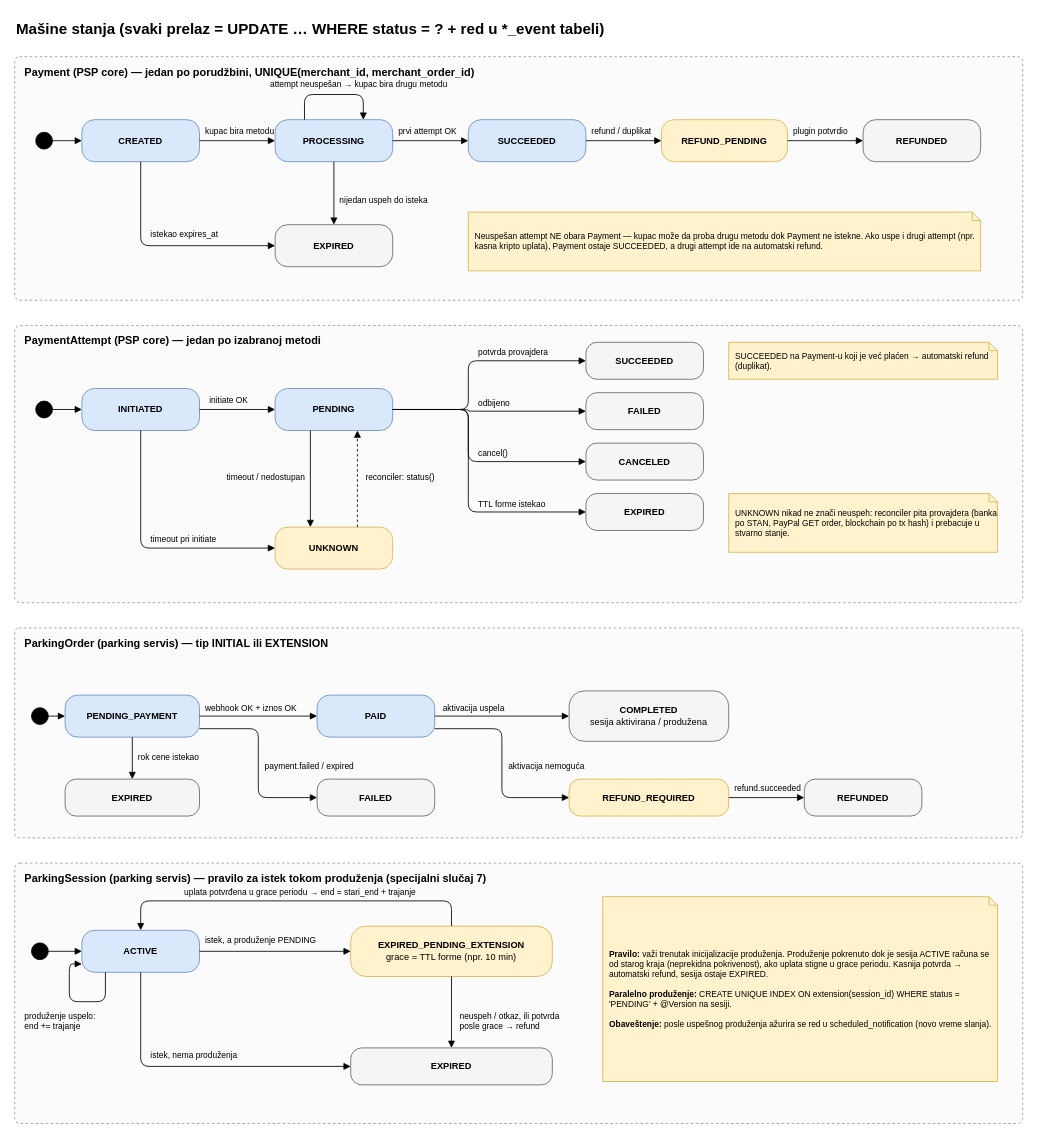
simin161/SEP_projekat keeps this draw.io diagram as page "3. Mašine stanja" (3 of 4) of SEP_dizajn_sistema.drawio. Above is the earlier version. Source tidied: cells renumbered, new cells numbered last; positions are measured from the earlier drawing's top-left corner, leaving out a move shared by most shapes. Both pictures are drawn from the tidied source at 84%, with x=0, y=0 at pixel (14, 14).
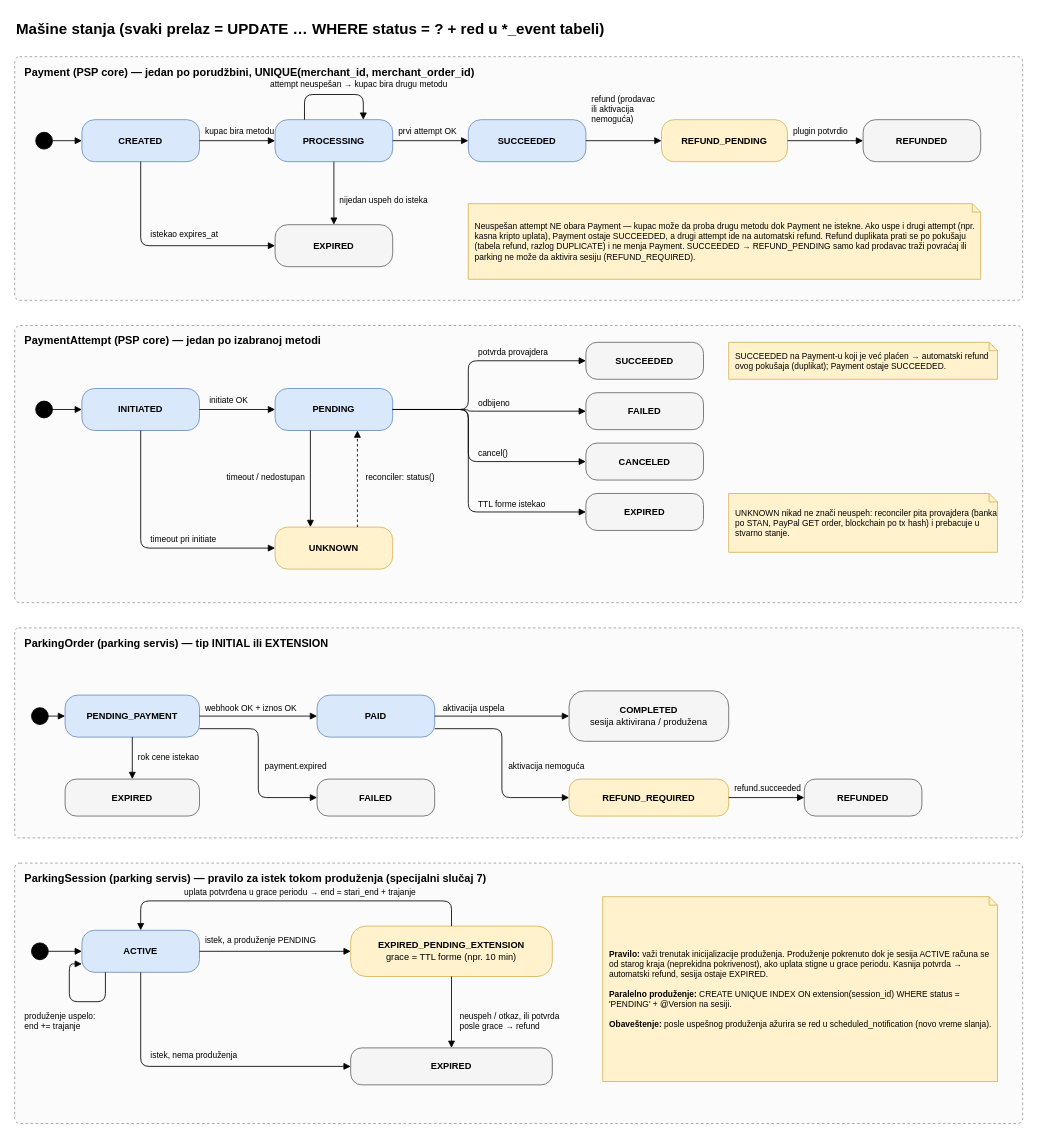
The same page after the edit.

What changed in the source:
```diff
@@
-    <mxCell id="17" value="refund / duplikat" style="text;html=1;align=left;verticalAlign=middle;fontSize=11;whiteSpace=wrap;fontSize=10;align=left;" parent="1" vertex="1">
-      <mxGeometry x="685" y="130" width="85" height="18" as="geometry" />
+    <mxCell id="17" value="refund (prodavac ili aktivacija nemoguća)" style="text;html=1;align=left;verticalAlign=middle;fontSize=11;whiteSpace=wrap;fontSize=10;align=left;" parent="1" vertex="1">
+      <mxGeometry x="685" y="90" width="85" height="44" as="geometry" />
     </mxCell>
@@
-    <mxCell id="26" value="Neuspešan attempt NE obara Payment — kupac može da proba drugu metodu dok Payment ne istekne. Ako uspe i drugi attempt (npr. kasna kripto uplata), Payment ostaje SUCCEEDED, a drugi attempt ide na automatski refund." style="shape=note;whiteSpace=wrap;html=1;size=10;align=left;spacingLeft=6;fontSize=10;fillColor=#fff2cc;strokeColor=#d6b656;" parent="1" vertex="1">
-      <mxGeometry x="540" y="235" width="610" height="70" as="geometry" />
+    <mxCell id="26" value="Neuspešan attempt NE obara Payment — kupac može da proba drugu metodu dok Payment ne istekne. Ako uspe i drugi attempt (npr. kasna kripto uplata), Payment ostaje SUCCEEDED, a drugi attempt ide na automatski refund. Refund duplikata prati se po pokušaju (tabela refund, razlog DUPLICATE) i ne menja Payment. SUCCEEDED → REFUND_PENDING samo kad prodavac traži povraćaj ili parking ne može da aktivira sesiju (REFUND_REQUIRED)." style="shape=note;whiteSpace=wrap;html=1;size=10;align=left;spacingLeft=6;fontSize=10;fillColor=#fff2cc;strokeColor=#d6b656;" parent="1" vertex="1">
+      <mxGeometry x="540" y="225" width="610" height="90" as="geometry" />
     </mxCell>
@@
-    <mxCell id="53" value="SUCCEEDED na Payment-u koji je već plaćen → automatski refund (duplikat)." style="shape=note;whiteSpace=wrap;html=1;size=10;align=left;spacingLeft=6;fontSize=10;fillColor=#fff2cc;strokeColor=#d6b656;" parent="1" vertex="1">
+    <mxCell id="53" value="SUCCEEDED na Payment-u koji je već plaćen → automatski refund ovog pokušaja (duplikat); Payment ostaje SUCCEEDED." style="shape=note;whiteSpace=wrap;html=1;size=10;align=left;spacingLeft=6;fontSize=10;fillColor=#fff2cc;strokeColor=#d6b656;" parent="1" vertex="1">
       <mxGeometry x="850" y="390" width="320" height="44" as="geometry" />
     </mxCell>
@@
-    <mxCell id="72" value="payment.failed / expired" style="text;html=1;align=left;verticalAlign=middle;fontSize=11;whiteSpace=wrap;fontSize=10;align=left;" parent="1" vertex="1">
+    <mxCell id="72" value="payment.expired" style="text;html=1;align=left;verticalAlign=middle;fontSize=11;whiteSpace=wrap;fontSize=10;align=left;" parent="1" vertex="1">
       <mxGeometry x="296" y="886" width="135" height="18" as="geometry" />
     </mxCell>
```
